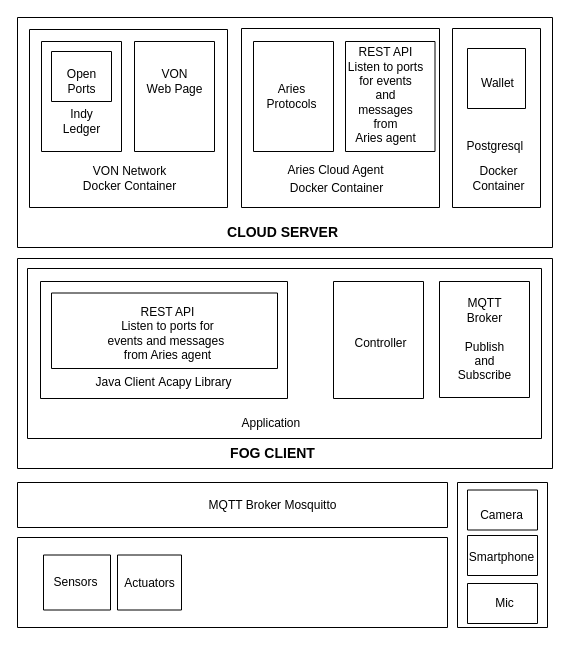
Earlier version of the draw.io diagram diagrams/Diagrama sem nome.drawio (cristiandossantos/diagrams). Source tidied: cells renumbered, new cells numbered last; positions are measured from the earlier drawing's top-left corner, leaving out a move shared by most shapes. Both pictures are drawn from the tidied source at 100%, with x=0, y=0 at pixel (17, 17).
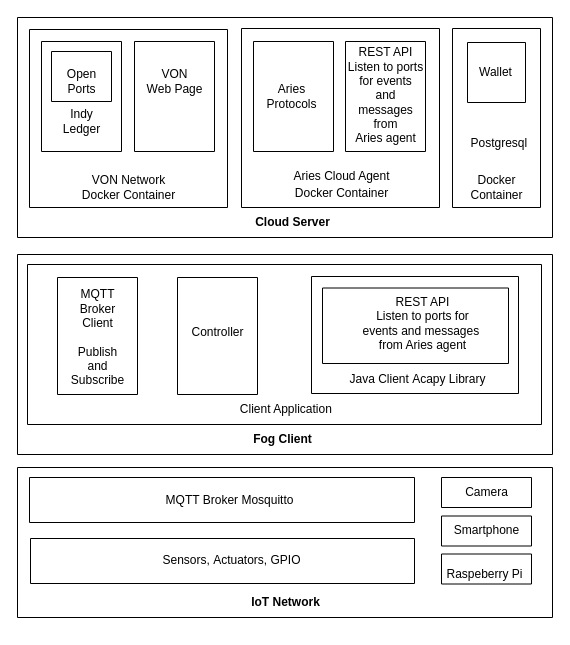
The same page after the edit.

The change refers to these unchanged cells:
```xml
<mxCell id="3" style="swimlane;startSize=0;" parent="2" vertex="1">
  <mxGeometry x="12" y="12" width="198" height="178" as="geometry" />
</mxCell>
<mxCell id="10" style="swimlane;startSize=0;" parent="2" vertex="1">
  <mxGeometry x="224" y="11" width="198" height="179" as="geometry" />
</mxCell>
<mxCell id="17" style="swimlane;startSize=0;" parent="2" vertex="1">
  <mxGeometry x="435" y="11" width="88" height="179" as="geometry" />
</mxCell>
```

The edit, as a diff of the source:
```diff
@@
     <mxCell id="2" style="swimlane;startSize=0;" parent="1" vertex="1">
-      <mxGeometry width="535" height="230" as="geometry" />
+      <mxGeometry width="535" height="220" as="geometry" />
     </mxCell>
@@
     <mxCell id="4" value="VON Network&lt;br&gt;Docker Container" style="text;html=1;align=center;verticalAlign=middle;strokeColor=none;fillColor=none;" parent="3" vertex="1">
-      <mxGeometry x="40" y="129" width="120" height="40" as="geometry" />
+      <mxGeometry x="39" y="138" width="120" height="40" as="geometry" />
     </mxCell>
@@
     <mxCell id="13" value="Docker Container" style="text;html=1;align=center;verticalAlign=middle;strokeColor=none;fillColor=none;" parent="10" vertex="1">
-      <mxGeometry x="35" y="145" width="120" height="30" as="geometry" />
+      <mxGeometry x="40" y="150" width="120" height="30" as="geometry" />
     </mxCell>
     <mxCell id="14" value="Aries Cloud Agent" style="text;html=1;align=center;verticalAlign=middle;strokeColor=none;fillColor=none;" parent="10" vertex="1">
-      <mxGeometry x="34" y="127" width="120" height="30" as="geometry" />
+      <mxGeometry x="40" y="133" width="120" height="30" as="geometry" />
     </mxCell>
     <mxCell id="15" style="swimlane;startSize=0;" parent="10" vertex="1">
-      <mxGeometry x="104" y="13" width="89.5" height="110" as="geometry" />
+      <mxGeometry x="104" y="13" width="80" height="110" as="geometry" />
     </mxCell>
@@
     <mxCell id="18" value="Docker&lt;br&gt;Container" style="text;html=1;align=center;verticalAlign=middle;strokeColor=none;fillColor=none;" parent="17" vertex="1">
-      <mxGeometry x="6" y="130" width="80" height="40" as="geometry" />
+      <mxGeometry x="4" y="139" width="80" height="40" as="geometry" />
     </mxCell>
+    <mxCell id="20" style="swimlane;startSize=0;" parent="17" vertex="1">
+      <mxGeometry x="15" y="14" width="58" height="60" as="geometry" />
+    </mxCell>
-    <mxCell id="19" value="Wallet" style="text;html=1;align=center;verticalAlign=middle;strokeColor=none;fillColor=none;" parent="17" vertex="1">
-      <mxGeometry x="15" y="40" width="60" height="30" as="geometry" />
+    <mxCell id="19" value="Wallet" style="text;html=1;align=center;verticalAlign=middle;strokeColor=none;fillColor=none;" parent="20" vertex="1">
+      <mxGeometry x="-2" y="15" width="60" height="30" as="geometry" />
     </mxCell>
-    <mxCell id="20" style="swimlane;startSize=0;" parent="17" vertex="1">
-      <mxGeometry x="15" y="20" width="58" height="60" as="geometry" />
-    </mxCell>
     <mxCell id="21" value="Postgresql&amp;nbsp;" style="text;html=1;align=center;verticalAlign=middle;strokeColor=none;fillColor=none;" parent="17" vertex="1">
-      <mxGeometry x="4" y="103" width="80" height="30" as="geometry" />
+      <mxGeometry x="8" y="100" width="80" height="30" as="geometry" />
     </mxCell>
-    <mxCell id="22" value="&lt;b&gt;&lt;font style=&quot;font-size: 14px;&quot;&gt;CLOUD SERVER&lt;/font&gt;&lt;/b&gt;" style="text;html=1;align=center;verticalAlign=middle;strokeColor=none;fillColor=none;" parent="2" vertex="1">
-      <mxGeometry x="200" y="200" width="130" height="30" as="geometry" />
+    <mxCell id="22" value="&lt;b&gt;&lt;font style=&quot;font-size: 12px;&quot;&gt;Cloud Server&lt;/font&gt;&lt;/b&gt;" style="text;html=1;align=center;verticalAlign=middle;strokeColor=none;fillColor=none;" parent="2" vertex="1">
+      <mxGeometry x="225" y="190" width="100" height="30" as="geometry" />
     </mxCell>
-    <mxCell id="23" style="swimlane;startSize=0;" parent="1" vertex="1">
-      <mxGeometry y="465" width="430" height="45" as="geometry" />
-    </mxCell>
-    <mxCell id="24" value="MQTT Broker Mosquitto" style="text;html=1;align=center;verticalAlign=middle;strokeColor=none;fillColor=none;" parent="23" vertex="1">
-      <mxGeometry x="180" y="7.5" width="150" height="30" as="geometry" />
-    </mxCell>
     <mxCell id="25" style="swimlane;startSize=0;" parent="1" vertex="1">
-      <mxGeometry y="241" width="535" height="210" as="geometry" />
+      <mxGeometry y="237" width="535" height="200" as="geometry" />
     </mxCell>
-    <mxCell id="26" style="swimlane;startSize=0;" parent="25" vertex="1">
-      <mxGeometry x="23" y="23" width="247" height="117" as="geometry" />
-    </mxCell>
     <mxCell id="27" style="swimlane;startSize=0;" parent="25" vertex="1">
-      <mxGeometry x="10" y="10" width="514" height="170" as="geometry" />
+      <mxGeometry x="10" y="10" width="514" height="160" as="geometry" />
     </mxCell>
-    <mxCell id="28" value="Application&amp;nbsp;" style="text;html=1;align=center;verticalAlign=middle;strokeColor=none;fillColor=none;" parent="27" vertex="1">
-      <mxGeometry x="200" y="140" width="90" height="30" as="geometry" />
+    <mxCell id="28" value="Client Application&amp;nbsp;" style="text;html=1;align=center;verticalAlign=middle;strokeColor=none;fillColor=none;" parent="27" vertex="1">
+      <mxGeometry x="200" y="130" width="120" height="30" as="geometry" />
     </mxCell>
-    <mxCell id="29" value="Java Client&amp;nbsp;Acapy Library" style="text;html=1;align=center;verticalAlign=middle;strokeColor=none;fillColor=none;" parent="27" vertex="1">
-      <mxGeometry x="56" y="99" width="160" height="30" as="geometry" />
-    </mxCell>
     <mxCell id="30" style="swimlane;startSize=0;" parent="27" vertex="1">
-      <mxGeometry x="306" y="13" width="90" height="117" as="geometry" />
+      <mxGeometry x="150" y="13" width="80" height="117" as="geometry" />
     </mxCell>
     <mxCell id="31" value="Controller" style="text;html=1;align=center;verticalAlign=middle;strokeColor=none;fillColor=none;" parent="30" vertex="1">
-      <mxGeometry x="6.5" y="46.5" width="80" height="30" as="geometry" />
+      <mxGeometry y="40" width="80" height="30" as="geometry" />
     </mxCell>
+    <mxCell id="26" style="swimlane;startSize=0;" parent="27" vertex="1">
+      <mxGeometry x="284" y="12" width="207" height="117" as="geometry" />
+    </mxCell>
+    <mxCell id="29" value="Java Client&amp;nbsp;Acapy Library" style="text;html=1;align=center;verticalAlign=middle;strokeColor=none;fillColor=none;" parent="27" vertex="1">
+      <mxGeometry x="310" y="100" width="160" height="30" as="geometry" />
+    </mxCell>
+    <mxCell id="34" style="swimlane;startSize=0;" parent="27" vertex="1">
+      <mxGeometry x="295" y="23.5" width="186" height="75.5" as="geometry" />
+    </mxCell>
+    <mxCell id="35" value="REST API&lt;br&gt;Listen to ports&amp;nbsp;for &lt;br&gt;events&amp;nbsp;and messages&amp;nbsp;&lt;br&gt;from Aries agent" style="text;html=1;align=center;verticalAlign=middle;strokeColor=none;fillColor=none;" parent="34" vertex="1">
+      <mxGeometry x="30" width="140" height="70" as="geometry" />
+    </mxCell>
     <mxCell id="32" style="swimlane;startSize=0;" parent="27" vertex="1">
-      <mxGeometry x="412" y="13" width="90" height="116" as="geometry" />
+      <mxGeometry x="30" y="13" width="80" height="117" as="geometry" />
     </mxCell>
-    <mxCell id="33" value="MQTT &lt;br&gt;Broker&lt;br&gt;&lt;br&gt;Publish &lt;br&gt;and &lt;br&gt;Subscribe" style="text;html=1;align=center;verticalAlign=middle;strokeColor=none;fillColor=none;" parent="32" vertex="1">
-      <mxGeometry x="5" y="8" width="80" height="100" as="geometry" />
+    <mxCell id="33" value="MQTT &lt;br&gt;Broker&lt;br&gt;Client&lt;br&gt;&lt;br&gt;Publish &lt;br&gt;and &lt;br&gt;Subscribe" style="text;html=1;align=center;verticalAlign=middle;strokeColor=none;fillColor=none;" parent="32" vertex="1">
+      <mxGeometry y="5" width="80" height="110" as="geometry" />
     </mxCell>
-    <mxCell id="34" style="swimlane;startSize=0;" parent="25" vertex="1">
-      <mxGeometry x="34" y="34.5" width="226" height="75.5" as="geometry" />
-    </mxCell>
-    <mxCell id="35" value="REST API&lt;br&gt;Listen to ports&amp;nbsp;for &lt;br&gt;events&amp;nbsp;and messages&amp;nbsp;&lt;br&gt;from Aries agent" style="text;html=1;align=center;verticalAlign=middle;strokeColor=none;fillColor=none;" parent="34" vertex="1">
-      <mxGeometry x="46" y="5" width="140" height="70" as="geometry" />
-    </mxCell>
-    <mxCell id="36" value="&lt;b&gt;&lt;font style=&quot;font-size: 14px;&quot;&gt;FOG CLIENT&lt;/font&gt;&lt;/b&gt;" style="text;html=1;align=center;verticalAlign=middle;strokeColor=none;fillColor=none;" parent="25" vertex="1">
-      <mxGeometry x="200" y="180" width="110" height="30" as="geometry" />
+    <mxCell id="36" value="&lt;b&gt;&lt;font style=&quot;font-size: 12px;&quot;&gt;Fog Client&lt;/font&gt;&lt;/b&gt;" style="text;html=1;align=center;verticalAlign=middle;strokeColor=none;fillColor=none;" parent="25" vertex="1">
+      <mxGeometry x="225" y="170" width="80" height="30" as="geometry" />
     </mxCell>
@@
     <mxCell id="38" style="swimlane;startSize=0;" parent="1" vertex="1">
-      <mxGeometry y="520" width="430" height="90" as="geometry" />
+      <mxGeometry y="450" width="535" height="150" as="geometry" />
     </mxCell>
     <mxCell id="39" style="swimlane;startSize=0;" parent="38" vertex="1">
-      <mxGeometry x="26" y="17.5" width="67" height="55" as="geometry" />
+      <mxGeometry x="13" y="71" width="384" height="45" as="geometry" />
     </mxCell>
-    <mxCell id="40" value="Sensors" style="text;html=1;align=center;verticalAlign=middle;strokeColor=none;fillColor=none;" parent="39" vertex="1">
-      <mxGeometry x="-3" y="12.5" width="70" height="30" as="geometry" />
+    <mxCell id="40" value="Sensors,&amp;nbsp;Actuators,&amp;nbsp;GPIO" style="text;html=1;align=center;verticalAlign=middle;strokeColor=none;fillColor=none;" parent="39" vertex="1">
+      <mxGeometry x="121" y="7" width="160" height="30" as="geometry" />
     </mxCell>
-    <mxCell id="41" style="swimlane;startSize=0;" parent="38" vertex="1">
-      <mxGeometry x="100" y="17.5" width="64" height="55" as="geometry" />
-    </mxCell>
-    <mxCell id="42" value="Actuators" style="text;html=1;align=center;verticalAlign=middle;strokeColor=none;fillColor=none;" parent="41" vertex="1">
-      <mxGeometry x="-3" y="13.5" width="70" height="30" as="geometry" />
-    </mxCell>
-    <mxCell id="43" style="swimlane;startSize=0;" parent="1" vertex="1">
-      <mxGeometry x="440" y="465" width="90" height="145" as="geometry" />
-    </mxCell>
+    <mxCell id="23" style="swimlane;startSize=0;" parent="38" vertex="1">
+      <mxGeometry x="12" y="10" width="385" height="45" as="geometry" />
+    </mxCell>
+    <mxCell id="24" value="MQTT Broker Mosquitto" style="text;html=1;align=center;verticalAlign=middle;strokeColor=none;fillColor=none;" parent="23" vertex="1">
+      <mxGeometry x="125" y="7.5" width="150" height="30" as="geometry" />
+    </mxCell>
-    <mxCell id="44" style="swimlane;startSize=0;" parent="43" vertex="1">
-      <mxGeometry x="10" y="7.5" width="70" height="40" as="geometry" />
+    <mxCell id="44" style="swimlane;startSize=0;" parent="38" vertex="1">
+      <mxGeometry x="424" y="10" width="90" height="30" as="geometry" />
     </mxCell>
     <mxCell id="45" value="Camera" style="text;html=1;align=center;verticalAlign=middle;strokeColor=none;fillColor=none;" parent="44" vertex="1">
-      <mxGeometry x="-1" y="10" width="70" height="30" as="geometry" />
+      <mxGeometry x="10" width="70" height="30" as="geometry" />
     </mxCell>
-    <mxCell id="46" style="swimlane;startSize=0;" parent="43" vertex="1">
-      <mxGeometry x="10" y="53" width="70" height="40" as="geometry" />
+    <mxCell id="46" style="swimlane;startSize=0;" parent="38" vertex="1">
+      <mxGeometry x="424" y="48.5" width="90" height="30" as="geometry" />
     </mxCell>
     <mxCell id="47" value="Smartphone" style="text;html=1;align=center;verticalAlign=middle;strokeColor=none;fillColor=none;" parent="46" vertex="1">
-      <mxGeometry x="-11" y="6.5" width="90" height="30" as="geometry" />
+      <mxGeometry y="-0.5" width="90" height="30" as="geometry" />
     </mxCell>
-    <mxCell id="48" style="swimlane;startSize=0;" parent="43" vertex="1">
-      <mxGeometry x="10" y="101" width="70" height="40" as="geometry" />
+    <mxCell id="48" style="swimlane;startSize=0;" parent="38" vertex="1">
+      <mxGeometry x="424" y="86.5" width="90" height="30" as="geometry" />
     </mxCell>
-    <mxCell id="49" value="Mic" style="text;html=1;align=center;verticalAlign=middle;strokeColor=none;fillColor=none;" parent="48" vertex="1">
-      <mxGeometry x="17" y="5" width="40" height="30" as="geometry" />
+    <mxCell id="49" value="Raspeberry Pi" style="text;html=1;align=center;verticalAlign=middle;strokeColor=none;fillColor=none;" parent="48" vertex="1">
+      <mxGeometry x="-7" y="5" width="100" height="30" as="geometry" />
     </mxCell>
+    <mxCell id="50" value="&lt;b&gt;IoT Network&lt;/b&gt;" style="text;html=1;align=center;verticalAlign=middle;strokeColor=none;fillColor=none;" parent="38" vertex="1">
+      <mxGeometry x="222.5" y="120" width="90" height="30" as="geometry" />
+    </mxCell>
```
